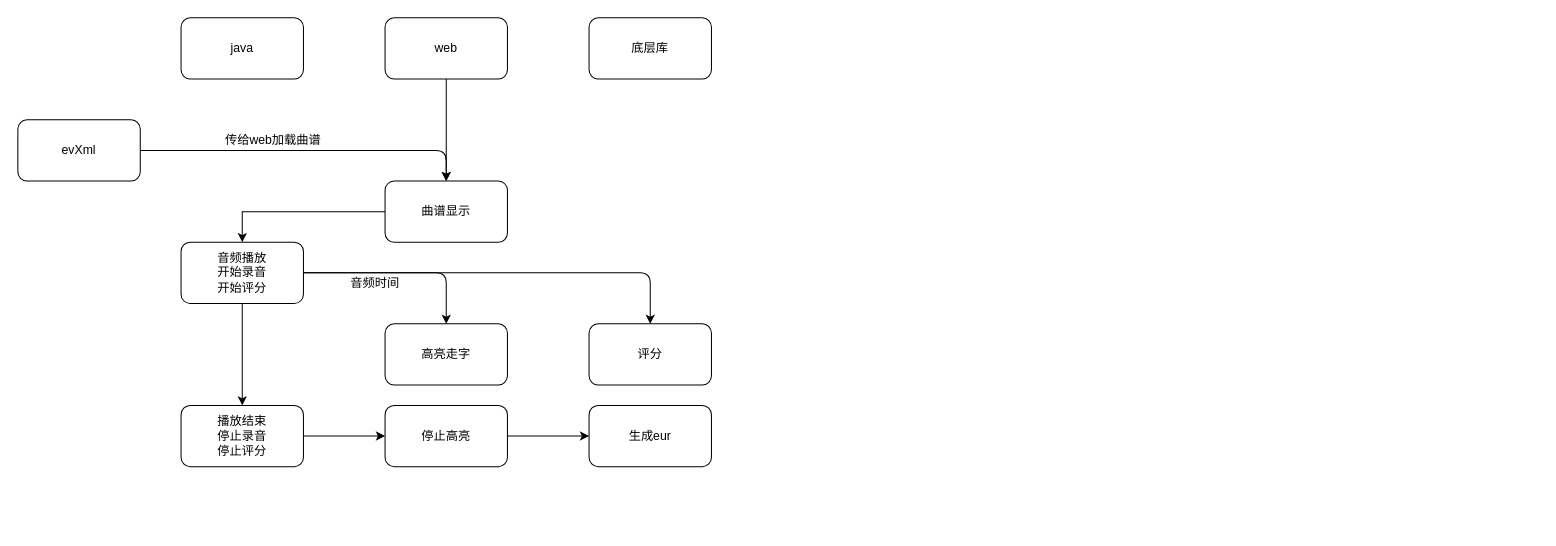
The draw.io diagram evXml.drawio in kakarottoll/test, before the edit. Source tidied: cells renumbered, new cells numbered last; positions are measured from the earlier drawing's top-left corner, leaving out a move shared by most shapes. Both pictures are drawn from the tidied source at 102%, with x=0, y=0 at pixel (17, 17).
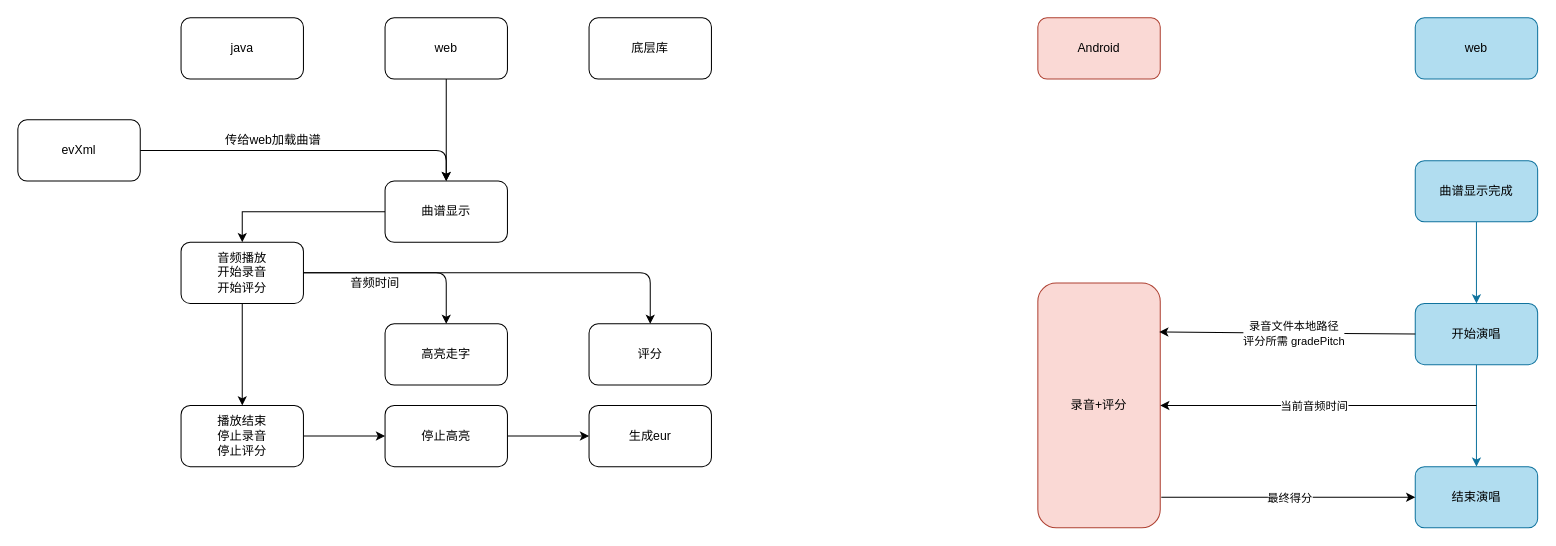
Above is the later version.

Commit message:
h5主动播放和高亮走字,Android只做评分和录音

Diff of the diagram source:
```diff
@@
+    <mxCell id="23" value="Android" style="rounded=1;whiteSpace=wrap;html=1;fillColor=#fad9d5;strokeColor=#ae4132;" parent="1" vertex="1">
+      <mxGeometry x="1000" width="120" height="60" as="geometry" />
+    </mxCell>
+    <mxCell id="24" value="web" style="rounded=1;whiteSpace=wrap;html=1;fillColor=#b1ddf0;strokeColor=#10739e;" parent="1" vertex="1">
+      <mxGeometry x="1370" width="120" height="60" as="geometry" />
+    </mxCell>
+    <mxCell id="25" style="edgeStyle=orthogonalEdgeStyle;rounded=0;jettySize=auto;html=1;fillColor=#b1ddf0;strokeColor=#10739e;" parent="1" edge="1" source="26" target="28">
+      <mxGeometry relative="1" as="geometry" />
+    </mxCell>
+    <mxCell id="26" value="曲谱显示完成" style="whiteSpace=wrap;html=1;rounded=1;fillColor=#b1ddf0;strokeColor=#10739e;" parent="1" vertex="1">
+      <mxGeometry x="1370" y="140" width="120" height="60" as="geometry" />
+    </mxCell>
+    <mxCell id="27" style="edgeStyle=orthogonalEdgeStyle;rounded=0;jettySize=auto;html=1;fillColor=#b1ddf0;strokeColor=#10739e;" parent="1" edge="1" source="28" target="32">
+      <mxGeometry relative="1" as="geometry" />
+    </mxCell>
+    <mxCell id="28" value="开始演唱" style="whiteSpace=wrap;html=1;rounded=1;fillColor=#b1ddf0;strokeColor=#10739e;" parent="1" vertex="1">
+      <mxGeometry x="1370" y="280" width="120" height="60" as="geometry" />
+    </mxCell>
+    <mxCell id="29" value="录音+评分" style="whiteSpace=wrap;html=1;rounded=1;fillColor=#fad9d5;strokeColor=#ae4132;" parent="1" vertex="1">
+      <mxGeometry x="1000" y="260" width="120" height="240" as="geometry" />
+    </mxCell>
+    <mxCell id="30" style="endArrow=classic;html=1;exitX=0;exitY=0.5;exitDx=0;exitDy=0;entryX=0.992;entryY=0.2;entryDx=0;entryDy=0;entryPerimeter=0;" parent="1" edge="1" source="28" target="29">
+      <mxGeometry relative="1" as="geometry" />
+    </mxCell>
+    <mxCell id="31" value="录音文件本地路径&lt;br&gt;评分所需 gradePitch" style="edgeLabel;html=1;align=center;verticalAlign=middle;" parent="30" vertex="1">
+      <mxGeometry relative="1" as="geometry">
+        <mxPoint x="5" as="offset" />
+      </mxGeometry>
+    </mxCell>
+    <mxCell id="32" value="结束演唱" style="whiteSpace=wrap;html=1;rounded=1;fillColor=#b1ddf0;strokeColor=#10739e;" parent="1" vertex="1">
+      <mxGeometry x="1370" y="440" width="120" height="60" as="geometry" />
+    </mxCell>
+    <mxCell id="33" style="endArrow=classic;html=1;" parent="1" edge="1">
+      <mxGeometry relative="1" as="geometry">
+        <mxPoint x="1430" y="380" as="sourcePoint" />
+        <mxPoint x="1120" y="380" as="targetPoint" />
+      </mxGeometry>
+    </mxCell>
+    <mxCell id="34" value="当前音频时间" style="edgeLabel;html=1;align=center;verticalAlign=middle;" parent="33" vertex="1">
+      <mxGeometry relative="1" as="geometry">
+        <mxPoint x="-5" as="offset" />
+      </mxGeometry>
+    </mxCell>
+    <mxCell id="35" style="endArrow=classic;html=1;entryX=0;entryY=0.5;entryDx=0;entryDy=0;" parent="1" edge="1" target="32">
+      <mxGeometry relative="1" as="geometry">
+        <mxPoint x="1121" y="470" as="sourcePoint" />
+      </mxGeometry>
+    </mxCell>
+    <mxCell id="36" value="最终得分" style="edgeLabel;html=1;align=center;verticalAlign=middle;" parent="35" vertex="1">
+      <mxGeometry relative="1" as="geometry" />
+    </mxCell>
```
